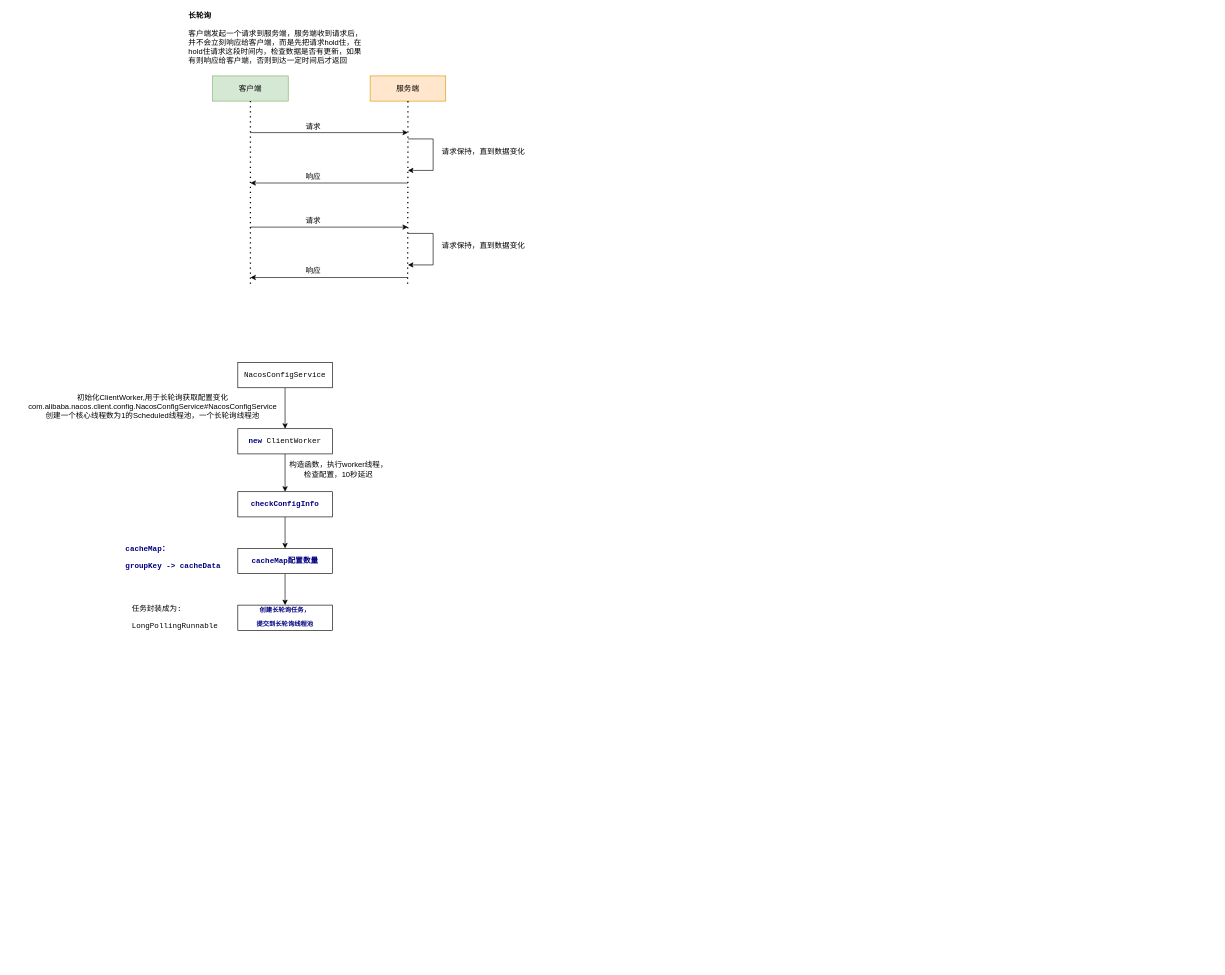
Before: page "长轮询" (2 of 2) of nacos.drawio in vvhard/draw_io, a draw.io diagram. Source tidied: cells renumbered, new cells numbered last; positions are measured from the earlier drawing's top-left corner, leaving out a move shared by most shapes. Both pictures are drawn from the tidied source at 63%, with x=0, y=0 at pixel (11, 13).
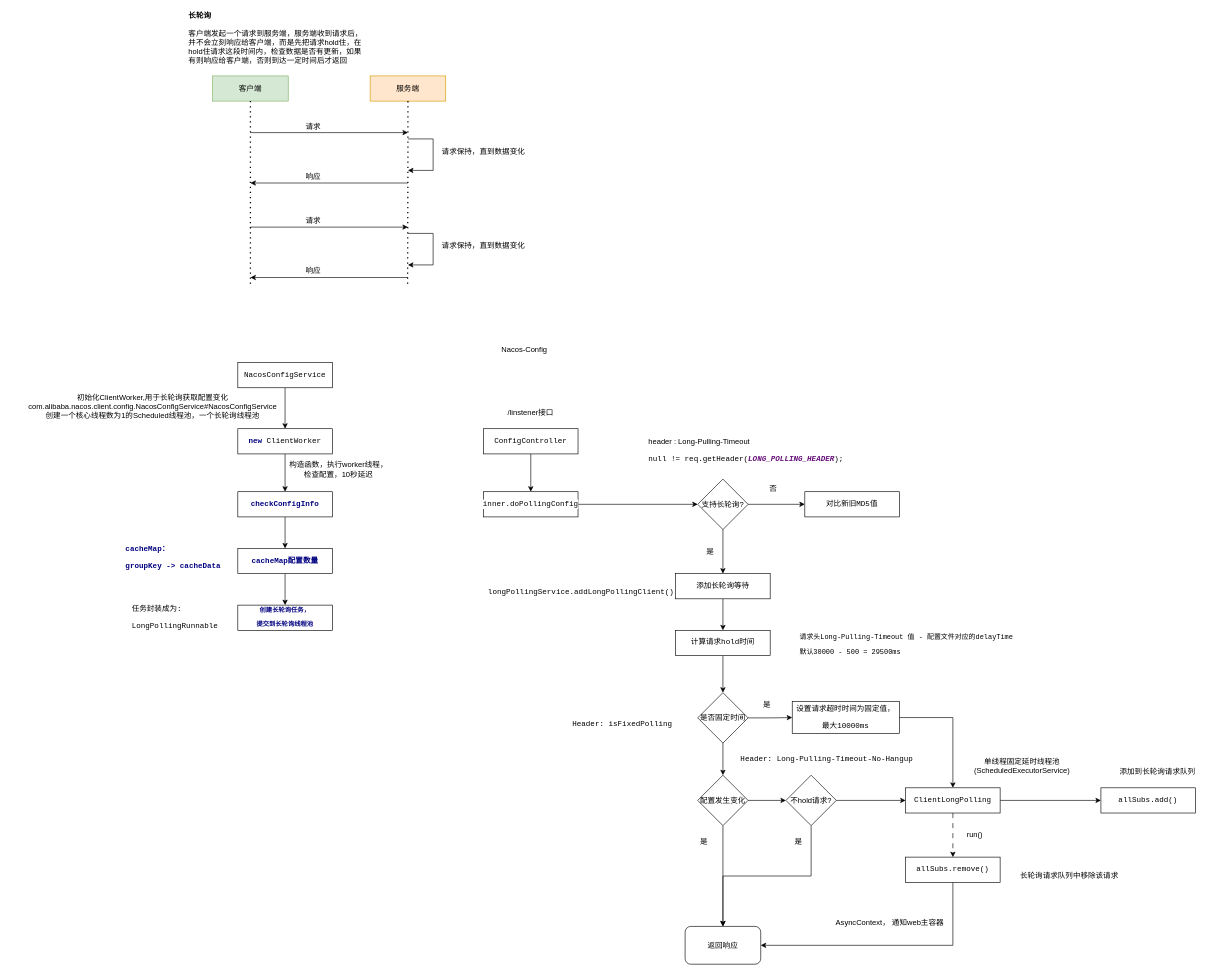
The same diagram, later.

Diff of the diagram source:
```diff
@@
+    <mxCell id="32" style="edgeStyle=orthogonalEdgeStyle;rounded=0;jettySize=auto;html=1;" parent="1" edge="1" source="33" target="37">
+      <mxGeometry relative="1" as="geometry" />
+    </mxCell>
+    <mxCell id="33" value="&lt;pre style=&quot;background-color: rgb(255, 255, 255); font-family: &amp;quot;Courier New&amp;quot;; font-size: 9pt;&quot;&gt;ConfigController&lt;/pre&gt;" style="rounded=0;whiteSpace=wrap;html=1;" parent="1" vertex="1">
+      <mxGeometry x="750" y="660" width="150" height="40" as="geometry" />
+    </mxCell>
+    <mxCell id="34" value="Nacos-Config" style="text;html=1;strokeColor=none;fillColor=none;align=center;verticalAlign=middle;whiteSpace=wrap;rounded=0;" parent="1" vertex="1">
+      <mxGeometry x="770" y="520" width="90" height="30" as="geometry" />
+    </mxCell>
+    <mxCell id="35" value="/linstener接口" style="text;html=1;strokeColor=none;fillColor=none;align=center;verticalAlign=middle;whiteSpace=wrap;rounded=0;" parent="1" vertex="1">
+      <mxGeometry x="780" y="620" width="90" height="30" as="geometry" />
+    </mxCell>
+    <mxCell id="36" style="edgeStyle=orthogonalEdgeStyle;rounded=0;jettySize=auto;html=1;entryX=0;entryY=0.5;entryDx=0;entryDy=0;" parent="1" edge="1" source="37" target="40">
+      <mxGeometry relative="1" as="geometry" />
+    </mxCell>
+    <mxCell id="37" value="&lt;pre style=&quot;background-color: rgb(255, 255, 255); font-family: &amp;quot;Courier New&amp;quot;; font-size: 9pt;&quot;&gt;inner.doPollingConfig&lt;/pre&gt;" style="rounded=0;whiteSpace=wrap;html=1;" parent="1" vertex="1">
+      <mxGeometry x="750" y="760" width="150" height="40" as="geometry" />
+    </mxCell>
+    <mxCell id="38" style="edgeStyle=orthogonalEdgeStyle;rounded=0;jettySize=auto;html=1;entryX=0.5;entryY=0;entryDx=0;entryDy=0;" parent="1" edge="1" source="40" target="43">
+      <mxGeometry relative="1" as="geometry" />
+    </mxCell>
+    <mxCell id="39" style="edgeStyle=orthogonalEdgeStyle;rounded=0;jettySize=auto;html=1;" parent="1" edge="1" source="40" target="45">
+      <mxGeometry relative="1" as="geometry" />
+    </mxCell>
+    <mxCell id="40" value="支持长轮询?" style="rhombus;whiteSpace=wrap;html=1;" parent="1" vertex="1">
+      <mxGeometry x="1090" y="740" width="80" height="80" as="geometry" />
+    </mxCell>
+    <mxCell id="41" value="header :&amp;nbsp;Long-Pulling-Timeout&lt;br&gt;&lt;pre style=&quot;background-color: rgb(255, 255, 255); font-family: &amp;quot;Courier New&amp;quot;; font-size: 9pt;&quot;&gt;null != req.getHeader(&lt;span style=&quot;color:#660e7a;font-weight:bold;font-style:italic;&quot;&gt;LONG_POLLING_HEADER&lt;/span&gt;);&lt;/pre&gt;" style="text;html=1;strokeColor=none;fillColor=none;align=left;verticalAlign=middle;whiteSpace=wrap;rounded=0;" parent="1" vertex="1">
+      <mxGeometry x="1010" y="660" width="300" height="80" as="geometry" />
+    </mxCell>
+    <mxCell id="42" style="edgeStyle=orthogonalEdgeStyle;rounded=0;jettySize=auto;html=1;entryX=0.5;entryY=0;entryDx=0;entryDy=0;" parent="1" edge="1" source="43" target="47">
+      <mxGeometry relative="1" as="geometry" />
+    </mxCell>
+    <mxCell id="43" value="&lt;pre style=&quot;background-color: rgb(255, 255, 255); font-family: &amp;quot;Courier New&amp;quot;; font-size: 9pt;&quot;&gt;添加长轮询等待&lt;/pre&gt;" style="rounded=0;whiteSpace=wrap;html=1;" parent="1" vertex="1">
+      <mxGeometry x="1055" y="890" width="150" height="40" as="geometry" />
+    </mxCell>
+    <mxCell id="44" value="&lt;pre style=&quot;border-color: var(--border-color); background-color: rgb(255, 255, 255); font-family: &amp;quot;Courier New&amp;quot;; font-size: 11px;&quot;&gt;&lt;font style=&quot;font-size: 11px;&quot;&gt;请求头Long-Pulling-Timeout 值 - 配置文件对应的delayTime&lt;br style=&quot;font-size: 11px;&quot;&gt;&lt;/font&gt;&lt;/pre&gt;&lt;pre style=&quot;border-color: var(--border-color); background-color: rgb(255, 255, 255); font-family: &amp;quot;Courier New&amp;quot;; font-size: 11px;&quot;&gt;&lt;font style=&quot;font-size: 11px;&quot;&gt;默认30000 - 500 = 29500ms&lt;/font&gt;&lt;/pre&gt;" style="text;html=1;strokeColor=none;fillColor=none;align=left;verticalAlign=middle;whiteSpace=wrap;rounded=0;" parent="1" vertex="1">
+      <mxGeometry x="1250" y="970" width="400" height="65" as="geometry" />
+    </mxCell>
+    <mxCell id="45" value="&lt;pre style=&quot;background-color: rgb(255, 255, 255); font-family: &amp;quot;Courier New&amp;quot;; font-size: 9pt;&quot;&gt;对比新旧MD5值&lt;/pre&gt;" style="rounded=0;whiteSpace=wrap;html=1;" parent="1" vertex="1">
+      <mxGeometry x="1260" y="760" width="150" height="40" as="geometry" />
+    </mxCell>
+    <mxCell id="46" style="edgeStyle=orthogonalEdgeStyle;rounded=0;jettySize=auto;html=1;entryX=0.5;entryY=0;entryDx=0;entryDy=0;" parent="1" edge="1" source="47" target="51">
+      <mxGeometry relative="1" as="geometry" />
+    </mxCell>
+    <mxCell id="47" value="&lt;pre style=&quot;background-color: rgb(255, 255, 255); font-family: &amp;quot;Courier New&amp;quot;; font-size: 9pt;&quot;&gt;计算请求hold时间&lt;/pre&gt;" style="rounded=0;whiteSpace=wrap;html=1;" parent="1" vertex="1">
+      <mxGeometry x="1055" y="980" width="150" height="40" as="geometry" />
+    </mxCell>
+    <mxCell id="48" value="&lt;pre style=&quot;border-color: var(--border-color); font-size: 9pt; background-color: rgb(255, 255, 255); font-family: &amp;quot;Courier New&amp;quot;;&quot;&gt;longPollingService.addLongPollingClient()&lt;/pre&gt;" style="text;html=1;strokeColor=none;fillColor=none;align=center;verticalAlign=middle;whiteSpace=wrap;rounded=0;" parent="1" vertex="1">
+      <mxGeometry x="760" y="905" width="290" height="30" as="geometry" />
+    </mxCell>
+    <mxCell id="49" style="edgeStyle=orthogonalEdgeStyle;rounded=0;jettySize=auto;html=1;entryX=0;entryY=0.5;entryDx=0;entryDy=0;" parent="1" edge="1" source="51" target="54">
+      <mxGeometry relative="1" as="geometry" />
+    </mxCell>
+    <mxCell id="50" style="edgeStyle=orthogonalEdgeStyle;rounded=0;jettySize=auto;html=1;" parent="1" edge="1" source="51" target="57">
+      <mxGeometry relative="1" as="geometry" />
+    </mxCell>
+    <mxCell id="51" value="是否固定时间" style="rhombus;whiteSpace=wrap;html=1;" parent="1" vertex="1">
+      <mxGeometry x="1090" y="1079" width="80" height="80" as="geometry" />
+    </mxCell>
+    <mxCell id="52" value="&lt;pre style=&quot;border-color: var(--border-color); font-size: 9pt; background-color: rgb(255, 255, 255); font-family: &amp;quot;Courier New&amp;quot;;&quot;&gt;&lt;pre style=&quot;font-family: &amp;quot;Courier New&amp;quot;; font-size: 9pt;&quot;&gt;Header: Long-Pulling-Timeout-No-Hangup&lt;/pre&gt;&lt;/pre&gt;" style="text;html=1;strokeColor=none;fillColor=none;align=center;verticalAlign=middle;whiteSpace=wrap;rounded=0;" parent="1" vertex="1">
+      <mxGeometry x="1150" y="1170" width="290" height="30" as="geometry" />
+    </mxCell>
+    <mxCell id="53" style="edgeStyle=orthogonalEdgeStyle;rounded=0;jettySize=auto;html=1;entryX=0.5;entryY=0;entryDx=0;entryDy=0;exitX=1;exitY=0.5;exitDx=0;exitDy=0;" parent="1" edge="1" source="54" target="65">
+      <mxGeometry relative="1" as="geometry" />
+    </mxCell>
+    <mxCell id="54" value="&lt;pre style=&quot;background-color: rgb(255, 255, 255); font-family: &amp;quot;Courier New&amp;quot;; font-size: 9pt;&quot;&gt;设置请求超时时间为固定值，&lt;/pre&gt;&lt;pre style=&quot;background-color: rgb(255, 255, 255); font-family: &amp;quot;Courier New&amp;quot;; font-size: 9pt;&quot;&gt;最大10000ms&lt;/pre&gt;" style="rounded=0;whiteSpace=wrap;html=1;" parent="1" vertex="1">
+      <mxGeometry x="1240" y="1093" width="170" height="51" as="geometry" />
+    </mxCell>
+    <mxCell id="55" style="edgeStyle=orthogonalEdgeStyle;rounded=0;jettySize=auto;html=1;entryX=0;entryY=0.5;entryDx=0;entryDy=0;" parent="1" edge="1" source="57" target="60">
+      <mxGeometry relative="1" as="geometry" />
+    </mxCell>
+    <mxCell id="56" style="edgeStyle=orthogonalEdgeStyle;rounded=0;jettySize=auto;html=1;entryX=0.5;entryY=0;entryDx=0;entryDy=0;" parent="1" edge="1" source="57" target="62">
+      <mxGeometry relative="1" as="geometry" />
+    </mxCell>
+    <mxCell id="57" value="配置发生变化" style="rhombus;whiteSpace=wrap;html=1;" parent="1" vertex="1">
+      <mxGeometry x="1090" y="1210" width="80" height="80" as="geometry" />
+    </mxCell>
+    <mxCell id="58" style="edgeStyle=orthogonalEdgeStyle;rounded=0;jettySize=auto;html=1;entryX=0.5;entryY=0;entryDx=0;entryDy=0;exitX=0.5;exitY=1;exitDx=0;exitDy=0;" parent="1" edge="1" source="60" target="62">
+      <mxGeometry relative="1" as="geometry" />
+    </mxCell>
+    <mxCell id="59" style="edgeStyle=orthogonalEdgeStyle;rounded=0;jettySize=auto;html=1;entryX=0;entryY=0.5;entryDx=0;entryDy=0;" parent="1" edge="1" source="60" target="65">
+      <mxGeometry relative="1" as="geometry" />
+    </mxCell>
+    <mxCell id="60" value="不hold请求?" style="rhombus;whiteSpace=wrap;html=1;" parent="1" vertex="1">
+      <mxGeometry x="1230" y="1210" width="80" height="80" as="geometry" />
+    </mxCell>
+    <mxCell id="61" value="&lt;pre style=&quot;border-color: var(--border-color); font-size: 9pt; background-color: rgb(255, 255, 255); font-family: &amp;quot;Courier New&amp;quot;;&quot;&gt;&lt;pre style=&quot;font-family: &amp;quot;Courier New&amp;quot;; font-size: 9pt;&quot;&gt;Header: isFixedPolling&lt;/pre&gt;&lt;/pre&gt;" style="text;html=1;strokeColor=none;fillColor=none;align=center;verticalAlign=middle;whiteSpace=wrap;rounded=0;" parent="1" vertex="1">
+      <mxGeometry x="876" y="1114" width="189" height="30" as="geometry" />
+    </mxCell>
+    <mxCell id="62" value="返回响应" style="rounded=1;whiteSpace=wrap;html=1;" parent="1" vertex="1">
+      <mxGeometry x="1070" y="1450" width="120" height="60" as="geometry" />
+    </mxCell>
+    <mxCell id="63" style="edgeStyle=orthogonalEdgeStyle;rounded=0;jettySize=auto;html=1;entryX=0.5;entryY=0;entryDx=0;entryDy=0;dashed=1;dashPattern=8 8;" parent="1" edge="1" source="65" target="68">
+      <mxGeometry relative="1" as="geometry" />
+    </mxCell>
+    <mxCell id="64" style="edgeStyle=orthogonalEdgeStyle;rounded=0;jettySize=auto;html=1;entryX=0;entryY=0.5;entryDx=0;entryDy=0;" parent="1" edge="1" source="65" target="71">
+      <mxGeometry relative="1" as="geometry" />
+    </mxCell>
+    <mxCell id="65" value="&lt;pre style=&quot;background-color:#ffffff;color:#000000;font-family:'Courier New';font-size:9.0pt;&quot;&gt;ClientLongPolling&lt;/pre&gt;" style="rounded=0;whiteSpace=wrap;html=1;" parent="1" vertex="1">
+      <mxGeometry x="1420" y="1230" width="150" height="40" as="geometry" />
+    </mxCell>
+    <mxCell id="66" value="单线程固定延时线程池(ScheduledExecutorService&lt;span style=&quot;background-color: initial;&quot;&gt;)&lt;/span&gt;" style="text;html=1;strokeColor=none;fillColor=none;align=center;verticalAlign=middle;whiteSpace=wrap;rounded=0;" parent="1" vertex="1">
+      <mxGeometry x="1510" y="1180" width="190" height="30" as="geometry" />
+    </mxCell>
+    <mxCell id="67" style="edgeStyle=orthogonalEdgeStyle;rounded=0;jettySize=auto;html=1;entryX=1;entryY=0.5;entryDx=0;entryDy=0;exitX=0.5;exitY=1;exitDx=0;exitDy=0;" parent="1" edge="1" source="68" target="62">
+      <mxGeometry relative="1" as="geometry" />
+    </mxCell>
+    <mxCell id="68" value="&lt;pre style=&quot;background-color:#ffffff;color:#000000;font-family:'Courier New';font-size:9.0pt;&quot;&gt;&lt;pre style=&quot;font-family: &amp;quot;Courier New&amp;quot;; font-size: 9pt;&quot;&gt;allSubs.remove()&lt;/pre&gt;&lt;/pre&gt;" style="rounded=0;whiteSpace=wrap;html=1;" parent="1" vertex="1">
+      <mxGeometry x="1420" y="1340" width="150" height="40" as="geometry" />
+    </mxCell>
+    <mxCell id="69" value="run()" style="text;html=1;strokeColor=none;fillColor=none;align=center;verticalAlign=middle;whiteSpace=wrap;rounded=0;" parent="1" vertex="1">
+      <mxGeometry x="1500" y="1290" width="60" height="30" as="geometry" />
+    </mxCell>
+    <mxCell id="70" value="添加到长轮询请求队列" style="text;html=1;strokeColor=none;fillColor=none;align=center;verticalAlign=middle;whiteSpace=wrap;rounded=0;" parent="1" vertex="1">
+      <mxGeometry x="1730" y="1190" width="180" height="30" as="geometry" />
+    </mxCell>
+    <mxCell id="71" value="&lt;pre style=&quot;background-color:#ffffff;color:#000000;font-family:'Courier New';font-size:9.0pt;&quot;&gt;&lt;pre style=&quot;font-family: &amp;quot;Courier New&amp;quot;; font-size: 9pt;&quot;&gt;allSubs.add()&lt;/pre&gt;&lt;/pre&gt;" style="rounded=0;whiteSpace=wrap;html=1;" parent="1" vertex="1">
+      <mxGeometry x="1730" y="1230" width="150" height="40" as="geometry" />
+    </mxCell>
+    <mxCell id="72" value="长轮询请求队列中移除该请求" style="text;html=1;strokeColor=none;fillColor=none;align=center;verticalAlign=middle;whiteSpace=wrap;rounded=0;" parent="1" vertex="1">
+      <mxGeometry x="1590" y="1355" width="180" height="30" as="geometry" />
+    </mxCell>
+    <mxCell id="73" value="AsyncContext， 通知web主容器" style="text;html=1;strokeColor=none;fillColor=none;align=center;verticalAlign=middle;whiteSpace=wrap;rounded=0;" parent="1" vertex="1">
+      <mxGeometry x="1300" y="1430" width="190" height="30" as="geometry" />
+    </mxCell>
+    <mxCell id="74" value="是" style="text;html=1;strokeColor=none;fillColor=none;align=center;verticalAlign=middle;whiteSpace=wrap;rounded=0;" parent="1" vertex="1">
+      <mxGeometry x="1090" y="840" width="40" height="30" as="geometry" />
+    </mxCell>
+    <mxCell id="75" value="否" style="text;html=1;strokeColor=none;fillColor=none;align=center;verticalAlign=middle;whiteSpace=wrap;rounded=0;" parent="1" vertex="1">
+      <mxGeometry x="1190" y="740" width="40" height="30" as="geometry" />
+    </mxCell>
+    <mxCell id="76" value="是" style="text;html=1;strokeColor=none;fillColor=none;align=center;verticalAlign=middle;whiteSpace=wrap;rounded=0;" parent="1" vertex="1">
+      <mxGeometry x="1180" y="1084" width="40" height="30" as="geometry" />
+    </mxCell>
+    <mxCell id="77" value="是" style="text;html=1;strokeColor=none;fillColor=none;align=center;verticalAlign=middle;whiteSpace=wrap;rounded=0;" parent="1" vertex="1">
+      <mxGeometry x="1080" y="1300" width="40" height="30" as="geometry" />
+    </mxCell>
+    <mxCell id="78" value="是" style="text;html=1;strokeColor=none;fillColor=none;align=center;verticalAlign=middle;whiteSpace=wrap;rounded=0;" parent="1" vertex="1">
+      <mxGeometry x="1230" y="1300" width="40" height="30" as="geometry" />
+    </mxCell>
```
